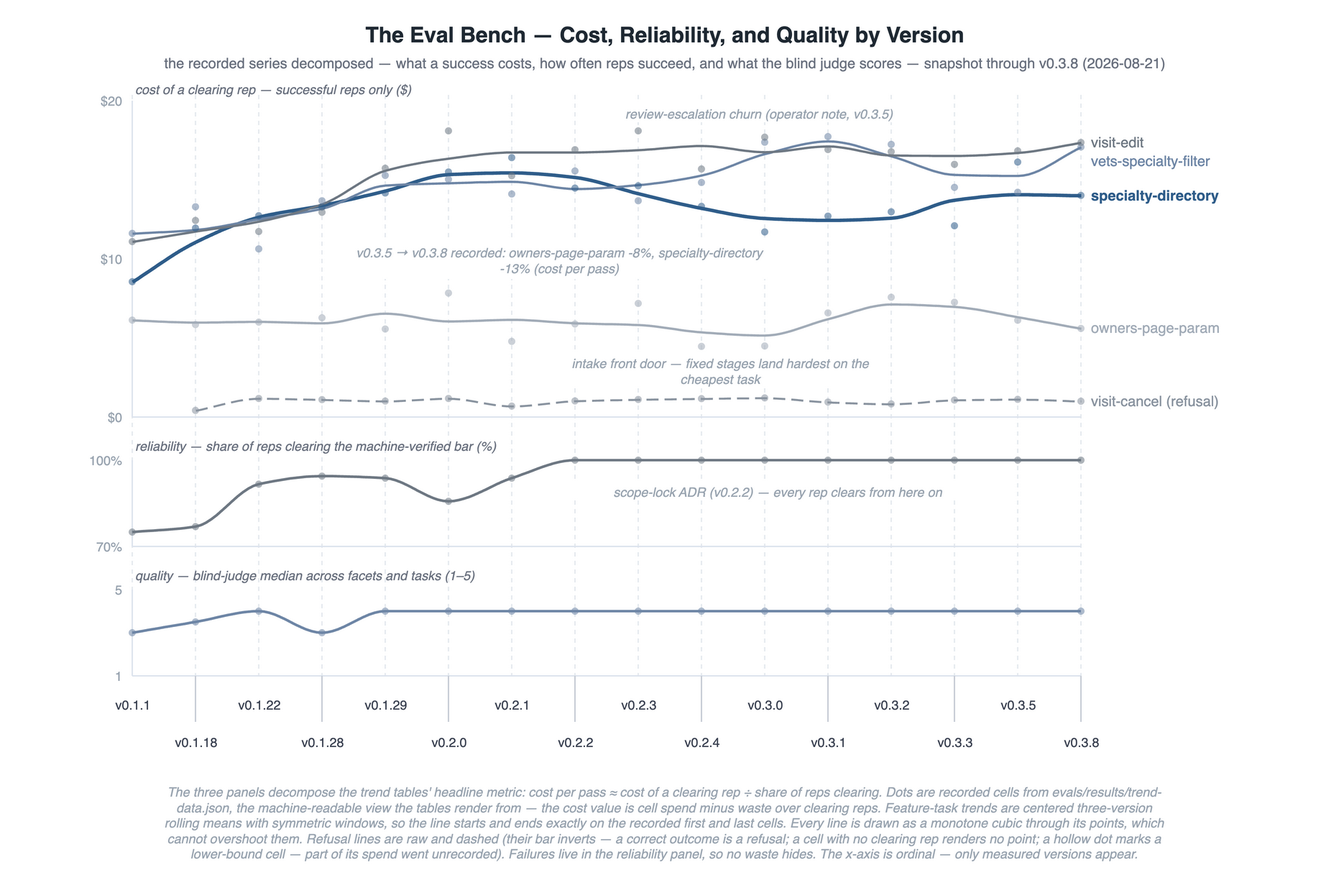
woditschka/agentic-coding-reference keeps this draw.io diagram as docs/images/eval-trend.drawio.png. Above is the earlier version. Source tidied: cells renumbered, new cells last; positions are measured from the earlier drawing's top-left corner, leaving out a move shared by most shapes.
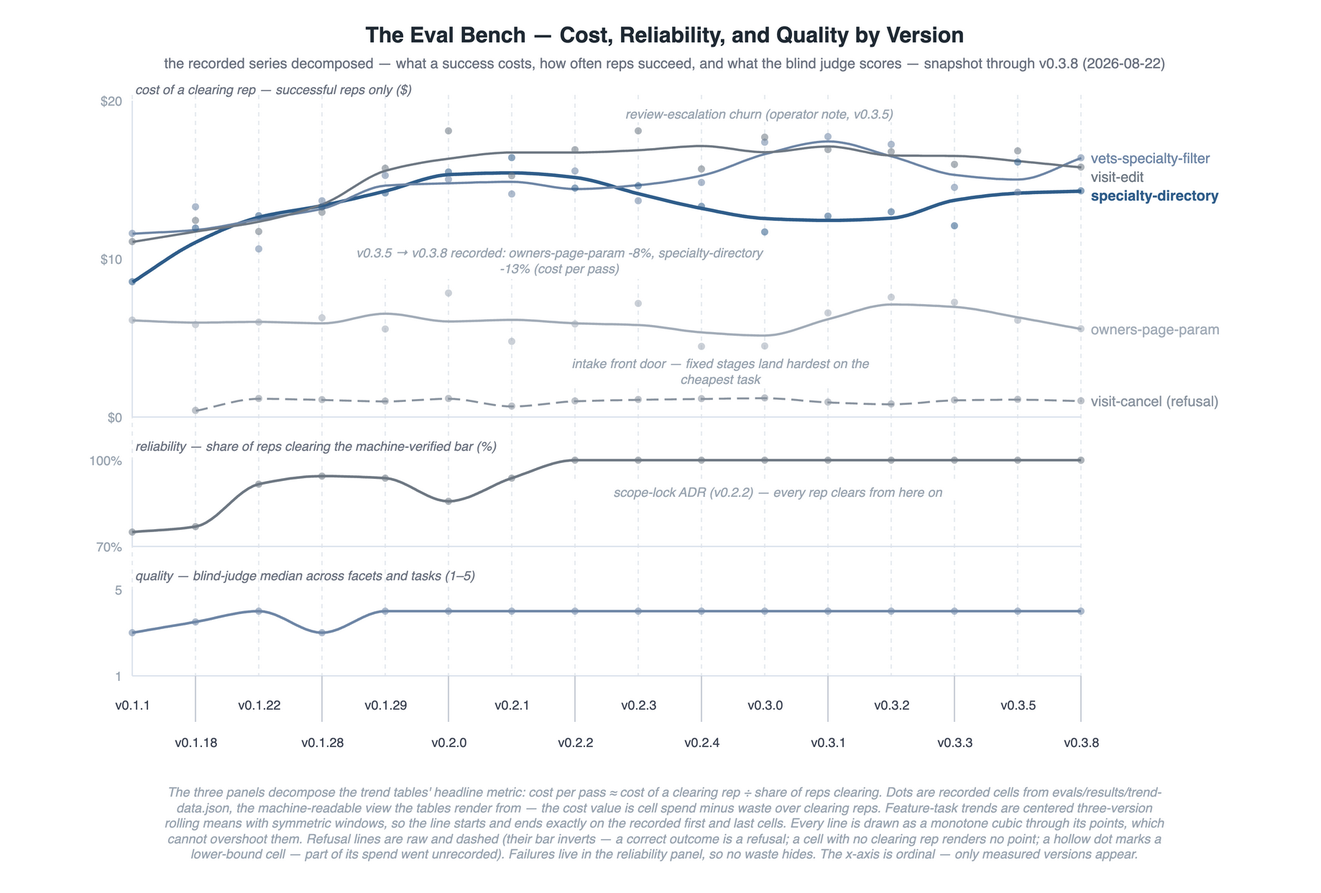
The same diagram one commit later.

Change to the diagram source:
```diff
@@ -5,7 +5,7 @@
     <mxCell id="2" value="The Eval Bench — Cost, Reliability, and Quality by Version" style="text;html=1;align=center;verticalAlign=middle;fontSize=15;fontStyle=1;fontColor=#1F2933;" parent="1" vertex="1">
       <mxGeometry width="900" height="24" as="geometry" />
     </mxCell>
-    <mxCell id="3" value="the recorded series decomposed — what a success costs, how often reps succeed, and what the blind judge scores — snapshot through v0.3.8 (2026-08-21)" style="text;html=1;align=center;verticalAlign=middle;fontSize=10;fontColor=#6B7280;" parent="1" vertex="1">
+    <mxCell id="3" value="the recorded series decomposed — what a success costs, how often reps succeed, and what the blind judge scores — snapshot through v0.3.8 (2026-08-22)" style="text;html=1;align=center;verticalAlign=middle;fontSize=10;fontColor=#6B7280;" parent="1" vertex="1">
       <mxGeometry y="25" width="900" height="14" as="geometry" />
     </mxCell>
     <mxCell id="4" style="endArrow=none;startArrow=none;html=1;strokeColor=#E7EBF0;strokeWidth=1;dashed=1;dashPattern=3 3;" parent="1" edge="1">
@@ -173,7 +173,7 @@
     <mxCell id="36" style="edgeStyle=none;rounded=0;curved=0;html=1;jettySize=0;endArrow=none;startArrow=none;strokeColor=#A2ACB8;strokeWidth=1.6;" parent="1" edge="1">
       <mxGeometry relative="1" as="geometry">
         <mxPoint x="80" y="210.6" as="sourcePoint" />
-        <mxPoint x="740" y="216.4" as="targetPoint" />
+        <mxPoint x="740" y="216.6" as="targetPoint" />
         <Array as="points">
           <mxPoint x="83.7" y="210.7" />
           <mxPoint x="87.3" y="210.9" />
@@ -335,32 +335,32 @@
           <mxPoint x="659.3" y="201.9" />
           <mxPoint x="663" y="202.4" />
           <mxPoint x="666.7" y="202.9" />
-          <mxPoint x="670.3" y="203.5" />
+          <mxPoint x="670.3" y="203.6" />
           <mxPoint x="674" y="204.2" />
           <mxPoint x="677.7" y="204.9" />
-          <mxPoint x="681.3" y="205.6" />
-          <mxPoint x="685" y="206.3" />
+          <mxPoint x="681.3" y="205.7" />
+          <mxPoint x="685" y="206.4" />
           <mxPoint x="688.7" y="207.1" />
-          <mxPoint x="692.3" y="207.7" />
-          <mxPoint x="696" y="208.4" />
-          <mxPoint x="699.7" y="209" />
-          <mxPoint x="703.3" y="209.7" />
-          <mxPoint x="707" y="210.3" />
-          <mxPoint x="710.7" y="211" />
-          <mxPoint x="714.3" y="211.7" />
-          <mxPoint x="718" y="212.3" />
-          <mxPoint x="721.7" y="213" />
-          <mxPoint x="725.3" y="213.7" />
-          <mxPoint x="729" y="214.4" />
-          <mxPoint x="732.7" y="215.1" />
-          <mxPoint x="736.3" y="215.7" />
+          <mxPoint x="692.3" y="207.8" />
+          <mxPoint x="696" y="208.5" />
+          <mxPoint x="699.7" y="209.1" />
+          <mxPoint x="703.3" y="209.8" />
+          <mxPoint x="707" y="210.5" />
+          <mxPoint x="710.7" y="211.1" />
+          <mxPoint x="714.3" y="211.8" />
+          <mxPoint x="718" y="212.5" />
+          <mxPoint x="721.7" y="213.2" />
+          <mxPoint x="725.3" y="213.9" />
+          <mxPoint x="729" y="214.6" />
+          <mxPoint x="732.7" y="215.2" />
+          <mxPoint x="736.3" y="215.9" />
         </Array>
       </mxGeometry>
     </mxCell>
     <mxCell id="37" style="edgeStyle=none;rounded=0;curved=0;html=1;jettySize=0;endArrow=none;startArrow=none;strokeColor=#2F5D8A;strokeWidth=2.4;" parent="1" edge="1">
       <mxGeometry relative="1" as="geometry">
         <mxPoint x="80" y="183.9" as="sourcePoint" />
-        <mxPoint x="740" y="123.9" as="targetPoint" />
+        <mxPoint x="740" y="120.7" as="targetPoint" />
         <Array as="points">
           <mxPoint x="83.7" y="181.6" />
           <mxPoint x="87.3" y="179.1" />
@@ -508,46 +508,46 @@
           <mxPoint x="608" y="139.5" />
           <mxPoint x="611.7" y="139.1" />
           <mxPoint x="615.3" y="138.4" />
-          <mxPoint x="619" y="137.4" />
-          <mxPoint x="622.7" y="136.3" />
-          <mxPoint x="626.3" y="135" />
-          <mxPoint x="630" y="133.6" />
-          <mxPoint x="633.7" y="132.3" />
-          <mxPoint x="637.3" y="130.9" />
-          <mxPoint x="641" y="129.6" />
-          <mxPoint x="644.7" y="128.5" />
-          <mxPoint x="648.3" y="127.6" />
+          <mxPoint x="619" y="137.5" />
+          <mxPoint x="622.7" y="136.4" />
+          <mxPoint x="626.3" y="135.1" />
+          <mxPoint x="630" y="133.8" />
+          <mxPoint x="633.7" y="132.4" />
+          <mxPoint x="637.3" y="131.1" />
+          <mxPoint x="641" y="129.8" />
+          <mxPoint x="644.7" y="128.7" />
+          <mxPoint x="648.3" y="127.7" />
           <mxPoint x="652" y="127" />
-          <mxPoint x="655.7" y="126.5" />
-          <mxPoint x="659.3" y="126" />
-          <mxPoint x="663" y="125.6" />
-          <mxPoint x="666.7" y="125.2" />
-          <mxPoint x="670.3" y="124.7" />
-          <mxPoint x="674" y="124.4" />
-          <mxPoint x="677.7" y="124" />
-          <mxPoint x="681.3" y="123.8" />
-          <mxPoint x="685" y="123.5" />
-          <mxPoint x="688.7" y="123.3" />
-          <mxPoint x="692.3" y="123.2" />
-          <mxPoint x="696" y="123.2" />
-          <mxPoint x="699.7" y="123.2" />
-          <mxPoint x="703.3" y="123.2" />
-          <mxPoint x="707" y="123.3" />
-          <mxPoint x="710.7" y="123.3" />
-          <mxPoint x="714.3" y="123.4" />
-          <mxPoint x="718" y="123.5" />
-          <mxPoint x="721.7" y="123.5" />
-          <mxPoint x="725.3" y="123.6" />
-          <mxPoint x="729" y="123.7" />
-          <mxPoint x="732.7" y="123.8" />
-          <mxPoint x="736.3" y="123.8" />
+          <mxPoint x="655.7" y="126.4" />
+          <mxPoint x="659.3" y="125.9" />
+          <mxPoint x="663" y="125.3" />
+          <mxPoint x="666.7" y="124.8" />
+          <mxPoint x="670.3" y="124.4" />
+          <mxPoint x="674" y="123.9" />
+          <mxPoint x="677.7" y="123.5" />
+          <mxPoint x="681.3" y="123.2" />
+          <mxPoint x="685" y="122.8" />
+          <mxPoint x="688.7" y="122.6" />
+          <mxPoint x="692.3" y="122.3" />
+          <mxPoint x="696" y="122.1" />
+          <mxPoint x="699.7" y="121.9" />
+          <mxPoint x="703.3" y="121.8" />
+          <mxPoint x="707" y="121.6" />
+          <mxPoint x="710.7" y="121.5" />
+          <mxPoint x="714.3" y="121.4" />
+          <mxPoint x="718" y="121.3" />
+          <mxPoint x="721.7" y="121.2" />
+          <mxPoint x="725.3" y="121.1" />
+          <mxPoint x="729" y="121" />
+          <mxPoint x="732.7" y="120.9" />
+          <mxPoint x="736.3" y="120.8" />
         </Array>
       </mxGeometry>
     </mxCell>
     <mxCell id="38" style="edgeStyle=none;rounded=0;curved=0;html=1;jettySize=0;endArrow=none;startArrow=none;strokeColor=#6E86A6;strokeWidth=1.6;" parent="1" edge="1">
       <mxGeometry relative="1" as="geometry">
         <mxPoint x="80" y="150.3" as="sourcePoint" />
-        <mxPoint x="740" y="90.2" as="targetPoint" />
+        <mxPoint x="740" y="97.7" as="targetPoint" />
         <Array as="points">
           <mxPoint x="83.7" y="150.1" />
           <mxPoint x="87.3" y="149.9" />
@@ -693,48 +693,48 @@
           <mxPoint x="600.7" y="94.4" />
           <mxPoint x="604.3" y="95.5" />
           <mxPoint x="608" y="96.5" />
-          <mxPoint x="611.7" y="97.6" />
-          <mxPoint x="615.3" y="98.8" />
-          <mxPoint x="619" y="100.1" />
-          <mxPoint x="622.7" y="101.5" />
-          <mxPoint x="626.3" y="102.9" />
-          <mxPoint x="630" y="104.2" />
-          <mxPoint x="633.7" y="105.5" />
-          <mxPoint x="637.3" y="106.7" />
-          <mxPoint x="641" y="107.7" />
-          <mxPoint x="644.7" y="108.6" />
-          <mxPoint x="648.3" y="109.1" />
+          <mxPoint x="611.7" y="97.5" />
+          <mxPoint x="615.3" y="98.7" />
+          <mxPoint x="619" y="99.9" />
+          <mxPoint x="622.7" y="101.2" />
+          <mxPoint x="626.3" y="102.5" />
+          <mxPoint x="630" y="103.7" />
+          <mxPoint x="633.7" y="105" />
+          <mxPoint x="637.3" y="106.1" />
+          <mxPoint x="641" y="107.2" />
+          <mxPoint x="644.7" y="108.1" />
+          <mxPoint x="648.3" y="108.9" />
           <mxPoint x="652" y="109.4" />
-          <mxPoint x="655.7" y="109.5" />
-          <mxPoint x="659.3" y="109.6" />
-          <mxPoint x="663" y="109.7" />
-          <mxPoint x="666.7" y="109.8" />
-          <mxPoint x="670.3" y="109.9" />
-          <mxPoint x="674" y="109.9" />
-          <mxPoint x="677.7" y="110" />
-          <mxPoint x="681.3" y="110" />
-          <mxPoint x="685" y="110.1" />
-          <mxPoint x="688.7" y="110.1" />
-          <mxPoint x="692.3" y="110.1" />
-          <mxPoint x="696" y="110.1" />
-          <mxPoint x="699.7" y="109.8" />
-          <mxPoint x="703.3" y="109.1" />
-          <mxPoint x="707" y="107.9" />
-          <mxPoint x="710.7" y="106.4" />
-          <mxPoint x="714.3" y="104.6" />
-          <mxPoint x="718" y="102.6" />
-          <mxPoint x="721.7" y="100.5" />
-          <mxPoint x="725.3" y="98.3" />
-          <mxPoint x="729" y="96.1" />
-          <mxPoint x="732.7" y="94" />
-          <mxPoint x="736.3" y="92" />
+          <mxPoint x="655.7" y="109.8" />
+          <mxPoint x="659.3" y="110.2" />
+          <mxPoint x="663" y="110.6" />
+          <mxPoint x="666.7" y="111" />
+          <mxPoint x="670.3" y="111.3" />
+          <mxPoint x="674" y="111.6" />
+          <mxPoint x="677.7" y="111.9" />
+          <mxPoint x="681.3" y="112.2" />
+          <mxPoint x="685" y="112.3" />
+          <mxPoint x="688.7" y="112.5" />
+          <mxPoint x="692.3" y="112.6" />
+          <mxPoint x="696" y="112.6" />
+          <mxPoint x="699.7" y="112.4" />
+          <mxPoint x="703.3" y="111.8" />
+          <mxPoint x="707" y="111" />
+          <mxPoint x="710.7" y="109.8" />
+          <mxPoint x="714.3" y="108.5" />
+          <mxPoint x="718" y="107" />
+          <mxPoint x="721.7" y="105.4" />
+          <mxPoint x="725.3" y="103.8" />
+          <mxPoint x="729" y="102.1" />
+          <mxPoint x="732.7" y="100.5" />
+          <mxPoint x="736.3" y="99" />
         </Array>
       </mxGeometry>
     </mxCell>
     <mxCell id="39" style="edgeStyle=none;rounded=0;curved=0;html=1;jettySize=0;endArrow=none;startArrow=none;strokeColor=#6E7883;strokeWidth=1.6;" parent="1" edge="1">
       <mxGeometry relative="1" as="geometry">
         <mxPoint x="80" y="156" as="sourcePoint" />
-        <mxPoint x="740" y="87.1" as="targetPoint" />
+        <mxPoint x="740" y="104.2" as="targetPoint" />
         <Array as="points">
           <mxPoint x="83.7" y="155.4" />
           <mxPoint x="87.3" y="154.8" />
@@ -883,38 +883,38 @@
           <mxPoint x="611.7" y="95.9" />
           <mxPoint x="615.3" y="96" />
           <mxPoint x="619" y="96" />
-          <mxPoint x="622.7" y="96.1" />
-          <mxPoint x="626.3" y="96.1" />
+          <mxPoint x="622.7" y="96" />
+          <mxPoint x="626.3" y="96" />
           <mxPoint x="630" y="96.1" />
           <mxPoint x="633.7" y="96.1" />
-          <mxPoint x="637.3" y="96.2" />
-          <mxPoint x="641" y="96.2" />
-          <mxPoint x="644.7" y="96.2" />
+          <mxPoint x="637.3" y="96.1" />
+          <mxPoint x="641" y="96.1" />
+          <mxPoint x="644.7" y="96.1" />
           <mxPoint x="648.3" y="96.2" />
           <mxPoint x="652" y="96.2" />
-          <mxPoint x="655.7" y="96.2" />
-          <mxPoint x="659.3" y="96.1" />
-          <mxPoint x="663" y="96" />
-          <mxPoint x="666.7" y="95.9" />
-          <mxPoint x="670.3" y="95.7" />
-          <mxPoint x="674" y="95.6" />
-          <mxPoint x="677.7" y="95.3" />
-          <mxPoint x="681.3" y="95.1" />
-          <mxPoint x="685" y="94.9" />
-          <mxPoint x="688.7" y="94.6" />
-          <mxPoint x="692.3" y="94.4" />
-          <mxPoint x="696" y="94.1" />
-          <mxPoint x="699.7" y="93.8" />
-          <mxPoint x="703.3" y="93.4" />
-          <mxPoint x="707" y="92.9" />
-          <mxPoint x="710.7" y="92.3" />
-          <mxPoint x="714.3" y="91.7" />
-          <mxPoint x="718" y="91.1" />
-          <mxPoint x="721.7" y="90.4" />
-          <mxPoint x="725.3" y="89.7" />
-          <mxPoint x="729" y="89" />
-          <mxPoint x="732.7" y="88.4" />
-          <mxPoint x="736.3" y="87.7" />
+          <mxPoint x="655.7" y="96.3" />
+          <mxPoint x="659.3" y="96.4" />
+          <mxPoint x="663" y="96.7" />
+          <mxPoint x="666.7" y="96.9" />
+          <mxPoint x="670.3" y="97.2" />
+          <mxPoint x="674" y="97.6" />
+          <mxPoint x="677.7" y="97.9" />
+          <mxPoint x="681.3" y="98.3" />
+          <mxPoint x="685" y="98.7" />
+          <mxPoint x="688.7" y="99.1" />
+          <mxPoint x="692.3" y="99.5" />
+          <mxPoint x="696" y="99.8" />
+          <mxPoint x="699.7" y="100.1" />
+          <mxPoint x="703.3" y="100.5" />
+          <mxPoint x="707" y="100.8" />
+          <mxPoint x="710.7" y="101.2" />
+          <mxPoint x="714.3" y="101.6" />
+          <mxPoint x="718" y="101.9" />
+          <mxPoint x="721.7" y="102.3" />
+          <mxPoint x="725.3" y="102.7" />
+          <mxPoint x="729" y="103.1" />
+          <mxPoint x="732.7" y="103.5" />
+          <mxPoint x="736.3" y="103.8" />
         </Array>
       </mxGeometry>
     </mxCell>
@@ -964,7 +964,7 @@
       <mxGeometry x="693.5" y="208.2" width="5" height="5" as="geometry" />
     </mxCell>
     <mxCell id="55" style="ellipse;html=1;fillColor=#A2ACB8;strokeColor=none;opacity=55;" parent="1" vertex="1">
-      <mxGeometry x="737.5" y="213.9" width="5" height="5" as="geometry" />
+      <mxGeometry x="737.5" y="214.1" width="5" height="5" as="geometry" />
     </mxCell>
     <mxCell id="56" style="ellipse;html=1;fillColor=#2F5D8A;strokeColor=none;opacity=55;" parent="1" vertex="1">
       <mxGeometry x="77.5" y="181.4" width="5" height="5" as="geometry" />
@@ -1012,7 +1012,7 @@
       <mxGeometry x="693.5" y="98.2" width="5" height="5" as="geometry" />
     </mxCell>
     <mxCell id="71" style="ellipse;html=1;fillColor=#2F5D8A;strokeColor=none;opacity=55;" parent="1" vertex="1">
-      <mxGeometry x="737.5" y="121.4" width="5" height="5" as="geometry" />
+      <mxGeometry x="737.5" y="118.2" width="5" height="5" as="geometry" />
     </mxCell>
     <mxCell id="72" style="ellipse;html=1;fillColor=#6E86A6;strokeColor=none;opacity=55;" parent="1" vertex="1">
       <mxGeometry x="77.5" y="147.8" width="5" height="5" as="geometry" />
@@ -1060,7 +1060,7 @@
       <mxGeometry x="693.5" y="119.2" width="5" height="5" as="geometry" />
     </mxCell>
     <mxCell id="87" style="ellipse;html=1;fillColor=#6E86A6;strokeColor=none;opacity=55;" parent="1" vertex="1">
-      <mxGeometry x="737.5" y="87.7" width="5" height="5" as="geometry" />
+      <mxGeometry x="737.5" y="95.2" width="5" height="5" as="geometry" />
     </mxCell>
     <mxCell id="88" style="ellipse;html=1;fillColor=#8A94A0;strokeColor=none;opacity=55;" parent="1" vertex="1">
       <mxGeometry x="121.5" y="270.9" width="5" height="5" as="geometry" />
@@ -1105,7 +1105,7 @@
       <mxGeometry x="693.5" y="263.2" width="5" height="5" as="geometry" />
     </mxCell>
     <mxCell id="102" style="ellipse;html=1;fillColor=#8A94A0;strokeColor=none;opacity=55;" parent="1" vertex="1">
-      <mxGeometry x="737.5" y="264.5" width="5" height="5" as="geometry" />
+      <mxGeometry x="737.5" y="264.2" width="5" height="5" as="geometry" />
     </mxCell>
     <mxCell id="103" style="ellipse;html=1;fillColor=#6E7883;strokeColor=none;opacity=55;" parent="1" vertex="1">
       <mxGeometry x="77.5" y="153.5" width="5" height="5" as="geometry" />
@@ -1153,12 +1153,12 @@
       <mxGeometry x="693.5" y="90.4" width="5" height="5" as="geometry" />
     </mxCell>
     <mxCell id="118" style="ellipse;html=1;fillColor=#6E7883;strokeColor=none;opacity=55;" parent="1" vertex="1">
-      <mxGeometry x="737.5" y="84.6" width="5" height="5" as="geometry" />
+      <mxGeometry x="737.5" y="101.7" width="5" height="5" as="geometry" />
     </mxCell>
     <mxCell id="119" style="edgeStyle=none;rounded=0;curved=0;html=1;jettySize=0;endArrow=none;startArrow=none;strokeColor=#8A94A0;strokeWidth=1.4;dashed=1;dashPattern=6 3;" parent="1" edge="1">
       <mxGeometry relative="1" as="geometry">
         <mxPoint x="124" y="273.4" as="sourcePoint" />
-        <mxPoint x="740" y="267" as="targetPoint" />
+        <mxPoint x="740" y="266.7" as="targetPoint" />
         <Array as="points">
           <mxPoint x="127.7" y="272.7" />
           <mxPoint x="131.3" y="271.8" />
@@ -1320,13 +1320,13 @@
           <mxPoint x="703.3" y="265.8" />
           <mxPoint x="707" y="265.8" />
           <mxPoint x="710.7" y="265.9" />
-          <mxPoint x="714.3" y="266.1" />
-          <mxPoint x="718" y="266.2" />
-          <mxPoint x="721.7" y="266.3" />
-          <mxPoint x="725.3" y="266.5" />
-          <mxPoint x="729" y="266.6" />
-          <mxPoint x="732.7" y="266.8" />
-          <mxPoint x="736.3" y="266.9" />
+          <mxPoint x="714.3" y="266" />
+          <mxPoint x="718" y="266.1" />
+          <mxPoint x="721.7" y="266.2" />
+          <mxPoint x="725.3" y="266.3" />
+          <mxPoint x="729" y="266.4" />
+          <mxPoint x="732.7" y="266.5" />
+          <mxPoint x="736.3" y="266.6" />
         </Array>
       </mxGeometry>
     </mxCell>
@@ -1800,20 +1800,20 @@
     <mxCell id="153" style="ellipse;html=1;fillColor=#6E86A6;strokeColor=none;opacity=55;" parent="1" vertex="1">
       <mxGeometry x="737.5" y="410.5" width="5" height="5" as="geometry" />
     </mxCell>
+    <mxCell id="155" value="vets-specialty-filter" style="text;html=1;align=left;verticalAlign=middle;fontSize=10;fontColor=#6E86A6;" parent="1" vertex="1">
+      <mxGeometry x="745" y="90.7" width="150" height="14" as="geometry" />
+    </mxCell>
     <mxCell id="154" value="visit-edit" style="text;html=1;align=left;verticalAlign=middle;fontSize=10;fontColor=#6E7883;" parent="1" vertex="1">
-      <mxGeometry x="745" y="80.1" width="150" height="14" as="geometry" />
+      <mxGeometry x="745" y="103.7" width="150" height="14" as="geometry" />
     </mxCell>
-    <mxCell id="155" value="vets-specialty-filter" style="text;html=1;align=left;verticalAlign=middle;fontSize=10;fontColor=#6E86A6;" parent="1" vertex="1">
-      <mxGeometry x="745" y="93.1" width="150" height="14" as="geometry" />
-    </mxCell>
     <mxCell id="156" value="specialty-directory" style="text;html=1;align=left;verticalAlign=middle;fontSize=10;fontStyle=1;fontColor=#2F5D8A;" parent="1" vertex="1">
-      <mxGeometry x="745" y="116.9" width="150" height="14" as="geometry" />
+      <mxGeometry x="745" y="116.7" width="150" height="14" as="geometry" />
     </mxCell>
     <mxCell id="157" value="owners-page-param" style="text;html=1;align=left;verticalAlign=middle;fontSize=10;fontColor=#A2ACB8;" parent="1" vertex="1">
-      <mxGeometry x="745" y="209.4" width="150" height="14" as="geometry" />
+      <mxGeometry x="745" y="209.6" width="150" height="14" as="geometry" />
     </mxCell>
     <mxCell id="158" value="visit-cancel (refusal)" style="text;html=1;align=left;verticalAlign=middle;fontSize=10;fontColor=#8A94A0;" parent="1" vertex="1">
-      <mxGeometry x="745" y="260" width="150" height="14" as="geometry" />
+      <mxGeometry x="745" y="259.7" width="150" height="14" as="geometry" />
     </mxCell>
     <mxCell id="159" value="review-escalation churn (operator note, v0.3.5)" style="text;html=1;align=center;verticalAlign=middle;whiteSpace=wrap;fontSize=9;fontStyle=2;fontColor=#9AA5B1;fillColor=#FFFFFF;strokeColor=none;" parent="1" vertex="1">
       <mxGeometry x="405.6" y="60" width="220" height="13" as="geometry" />
```
